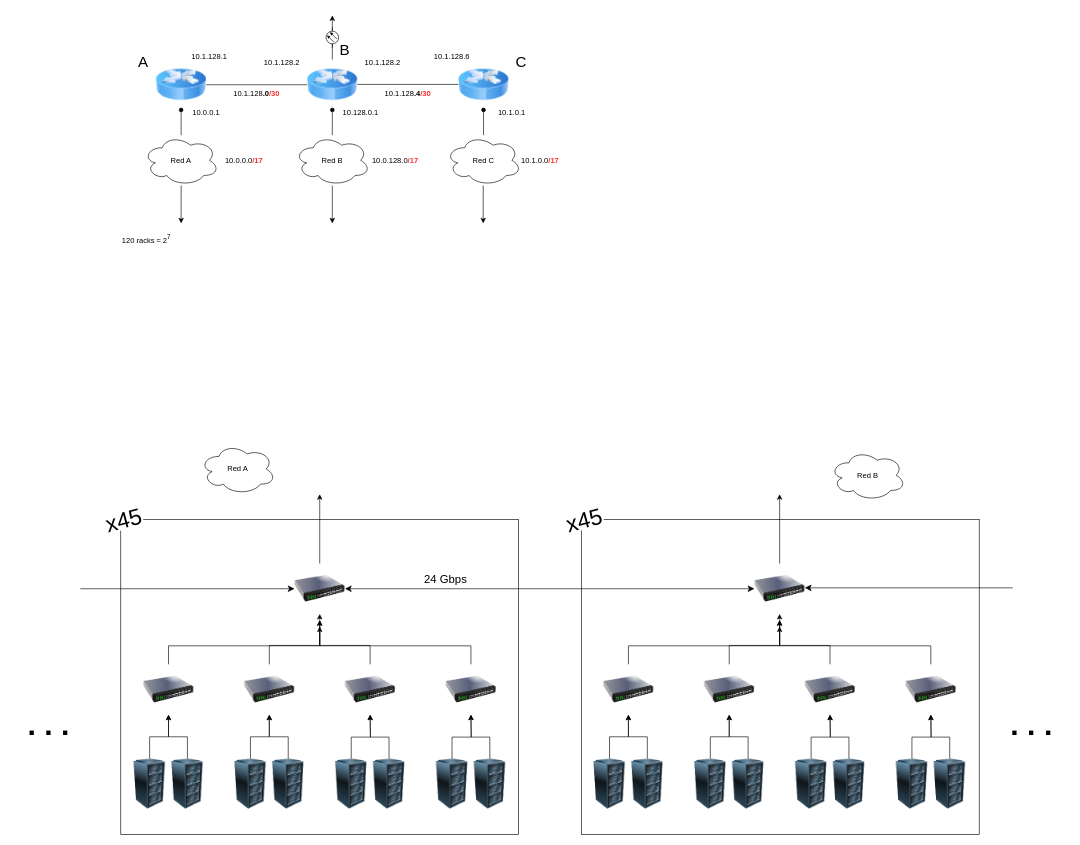
Above: net_diagram-extended.drawio in Grupo-4-AGR-2026/Practica-1 (draw.io), before the change. Source tidied: cells renumbered, new cells numbered last; positions are measured from the earlier drawing's top-left corner, leaving out a move shared by most shapes. Both pictures are drawn from the tidied source at 63%, with x=0, y=0 at pixel (11, 15).
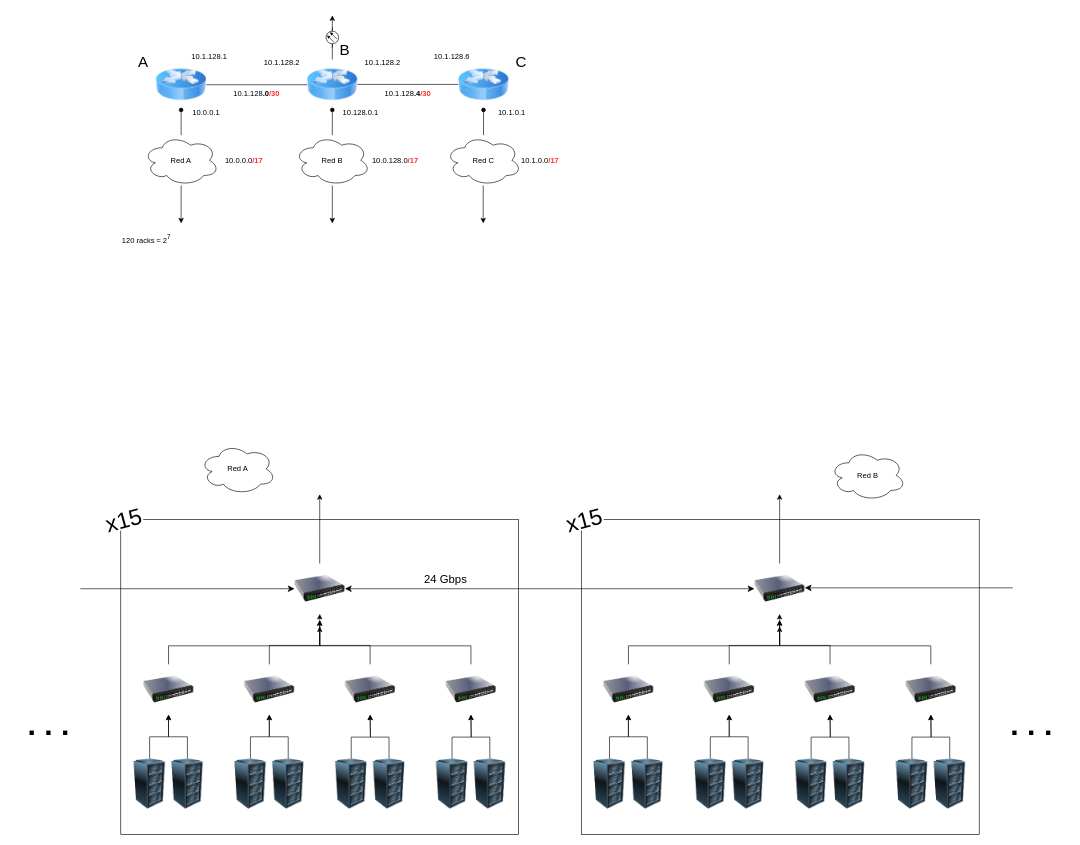
Above is the later version.

Commit message:
fix: change the number of switches per network

What changed in the source:
```diff
@@
-    <mxCell id="95" value="&lt;div&gt;&lt;font style=&quot;font-size: 36px;&quot;&gt;x45&lt;/font&gt;&lt;/div&gt;" style="text;html=1;whiteSpace=wrap;strokeColor=none;fillColor=#FFFFFF;align=center;verticalAlign=middle;rounded=0;rotation=-15;" parent="1" vertex="1">
+    <mxCell id="95" value="&lt;div&gt;&lt;font style=&quot;font-size: 36px;&quot;&gt;x15&lt;/font&gt;&lt;/div&gt;" style="text;html=1;whiteSpace=wrap;strokeColor=none;fillColor=#FFFFFF;align=center;verticalAlign=middle;rounded=0;rotation=-15;" parent="1" vertex="1">
       <mxGeometry x="149" y="786" width="60" height="30" as="geometry" />
     </mxCell>
@@
-    <mxCell id="97" value="&lt;div&gt;&lt;font style=&quot;font-size: 36px;&quot;&gt;x45&lt;/font&gt;&lt;/div&gt;" style="text;html=1;whiteSpace=wrap;strokeColor=none;fillColor=#FFFFFF;align=center;verticalAlign=middle;rounded=0;rotation=-15;" parent="1" vertex="1">
+    <mxCell id="97" value="&lt;div&gt;&lt;font style=&quot;font-size: 36px;&quot;&gt;x15&lt;/font&gt;&lt;/div&gt;" style="text;html=1;whiteSpace=wrap;strokeColor=none;fillColor=#FFFFFF;align=center;verticalAlign=middle;rounded=0;rotation=-15;" parent="1" vertex="1">
       <mxGeometry x="880" y="786" width="60" height="30" as="geometry" />
     </mxCell>
```
